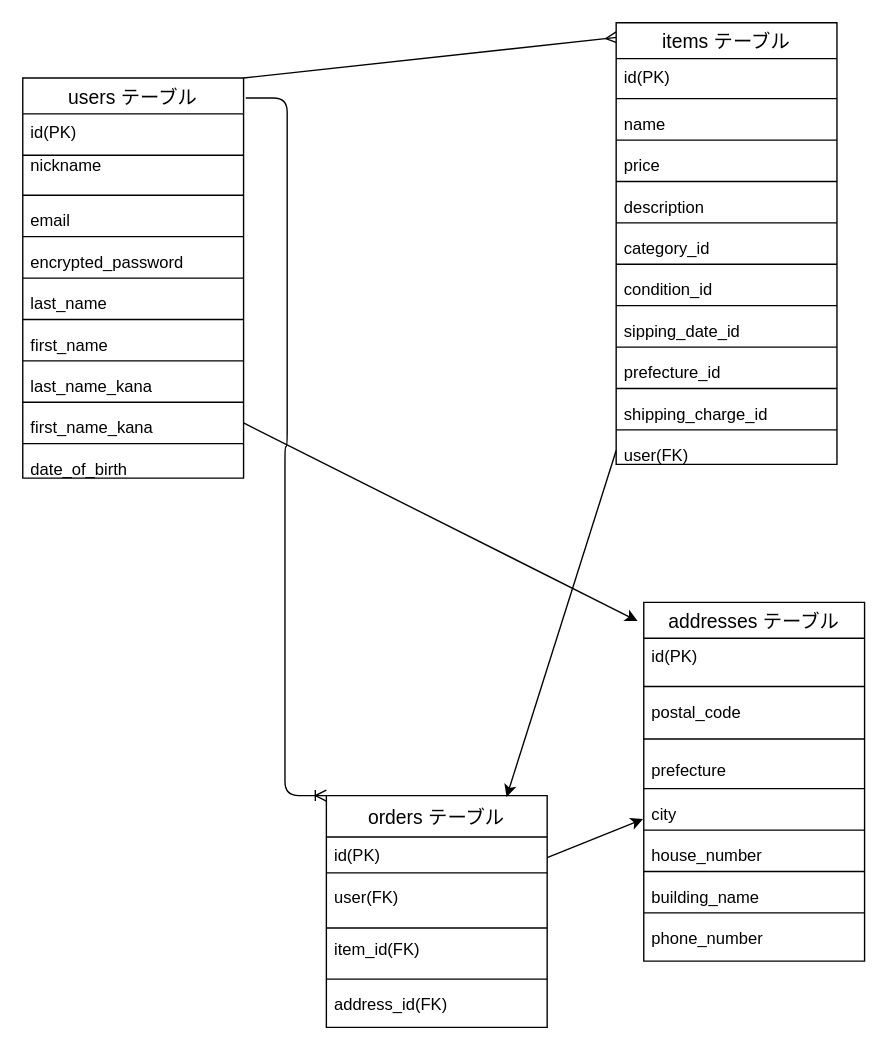
Before: .dio in gisu113/furima-39551, a draw.io diagram. Source tidied: cells renumbered, new cells numbered last; positions are measured from the earlier drawing's top-left corner, leaving out a move shared by most shapes. Both pictures are drawn from the tidied source at 138%, with x=0, y=0 at pixel (22, 22).
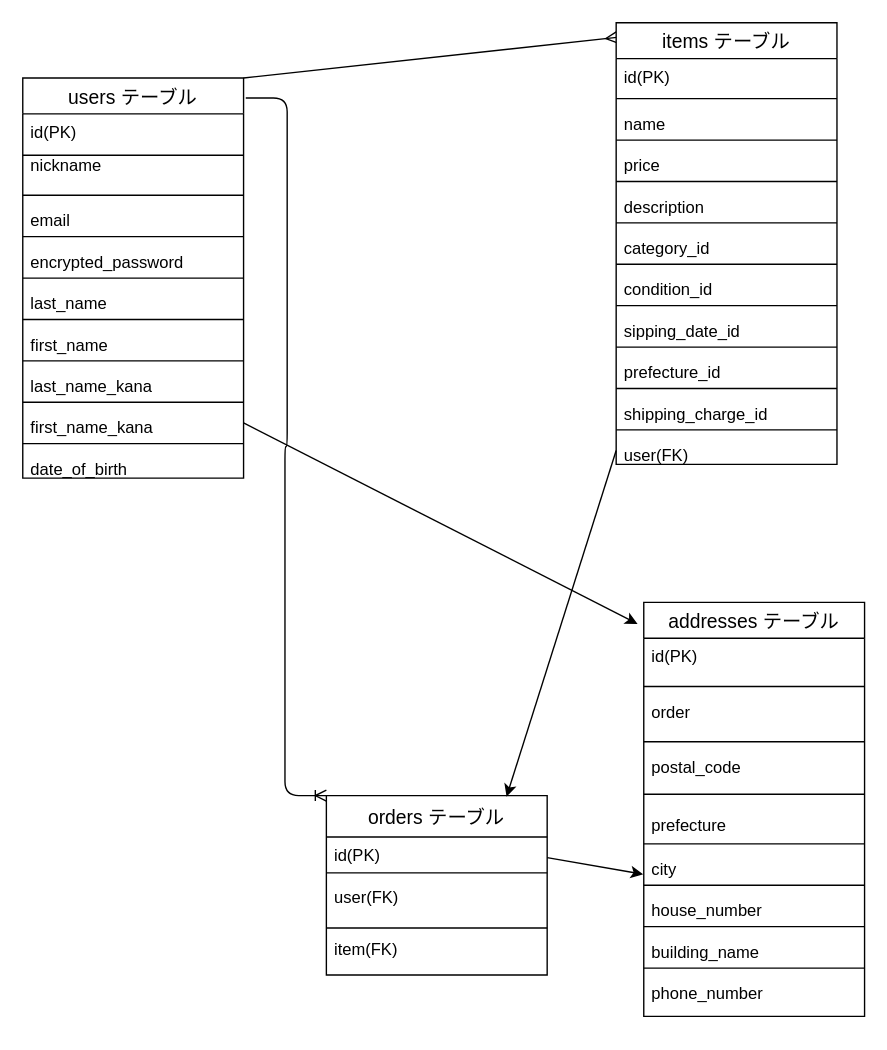
Above is the later version.

What changed in the source:
```diff
@@
     <mxCell id="41" value="orders テーブル" style="swimlane;fontStyle=0;horizontal=1;startSize=30;align=center;fontSize=14;" parent="1" vertex="1">
-      <mxGeometry x="220" y="560" width="160" height="168" as="geometry" />
+      <mxGeometry x="220" y="560" width="160" height="130" as="geometry" />
     </mxCell>
@@
-    <mxCell id="46" value="item_id(FK)" style="text;strokeColor=none;fillColor=none;spacingLeft=4;spacingRight=4;overflow=hidden;fontSize=12;" parent="41" vertex="1">
-      <mxGeometry y="98" width="160" height="30" as="geometry" />
+    <mxCell id="46" value="item(FK)" style="text;strokeColor=none;fillColor=none;spacingLeft=4;spacingRight=4;overflow=hidden;fontSize=12;" parent="41" vertex="1">
+      <mxGeometry y="98" width="160" height="32" as="geometry" />
     </mxCell>
-    <mxCell id="47" style="line;strokeWidth=1;dashed=0;labelPosition=right;align=left;verticalAlign=middle;spacingTop=0;spacingLeft=6;" parent="41" vertex="1">
-      <mxGeometry y="128" width="160" height="10" as="geometry" />
-    </mxCell>
-    <mxCell id="48" value="address_id(FK)" style="text;strokeColor=none;fillColor=none;spacingLeft=4;spacingRight=4;overflow=hidden;fontSize=12;" parent="41" vertex="1">
-      <mxGeometry y="138" width="160" height="30" as="geometry" />
-    </mxCell>
     <mxCell id="49" value="addresses テーブル" style="swimlane;fontStyle=0;horizontal=1;startSize=26;align=center;fontSize=14;" parent="1" vertex="1">
-      <mxGeometry x="450" y="420" width="160" height="260" as="geometry" />
+      <mxGeometry x="450" y="420" width="160" height="300" as="geometry" />
     </mxCell>
@@
+    <mxCell id="67" style="line;strokeWidth=1;dashed=0;labelPosition=right;align=left;verticalAlign=middle;spacingTop=0;spacingLeft=6;" parent="49" vertex="1">
+      <mxGeometry y="56" width="160" height="10" as="geometry" />
+    </mxCell>
+    <mxCell id="68" value="order" style="text;strokeColor=none;fillColor=none;spacingLeft=4;spacingRight=4;overflow=hidden;fontSize=12;" parent="49" vertex="1">
+      <mxGeometry y="66" width="160" height="30" as="geometry" />
+    </mxCell>
     <mxCell id="51" style="line;strokeWidth=1;dashed=0;labelPosition=right;align=left;verticalAlign=middle;spacingTop=0;spacingLeft=6;" parent="49" vertex="1">
-      <mxGeometry y="56" width="160" height="10" as="geometry" />
+      <mxGeometry y="96" width="160" height="10" as="geometry" />
     </mxCell>
     <mxCell id="52" value="postal_code" style="text;strokeColor=none;fillColor=none;spacingLeft=4;spacingRight=4;overflow=hidden;fontSize=12;" parent="49" vertex="1">
-      <mxGeometry y="66" width="160" height="24" as="geometry" />
+      <mxGeometry y="106" width="160" height="24" as="geometry" />
     </mxCell>
     <mxCell id="53" style="line;strokeWidth=1;dashed=0;labelPosition=right;align=left;verticalAlign=middle;spacingTop=0;spacingLeft=6;" parent="49" vertex="1">
-      <mxGeometry y="90" width="160" height="18" as="geometry" />
+      <mxGeometry y="130" width="160" height="18" as="geometry" />
     </mxCell>
     <mxCell id="54" value="prefecture" style="text;strokeColor=none;fillColor=none;spacingLeft=4;spacingRight=4;overflow=hidden;fontSize=12;" parent="49" vertex="1">
-      <mxGeometry y="108" width="160" height="22" as="geometry" />
+      <mxGeometry y="148" width="160" height="22" as="geometry" />
     </mxCell>
     <mxCell id="55" style="line;strokeWidth=1;dashed=0;labelPosition=right;align=left;verticalAlign=middle;spacingTop=0;spacingLeft=6;" parent="49" vertex="1">
-      <mxGeometry y="130" width="160" height="10" as="geometry" />
+      <mxGeometry y="170" width="160" height="10" as="geometry" />
     </mxCell>
     <mxCell id="56" value="city" style="text;strokeColor=none;fillColor=none;spacingLeft=4;spacingRight=4;overflow=hidden;points=[[0,0.5],[1,0.5]];portConstraint=eastwest;fontSize=12;" parent="49" vertex="1">
-      <mxGeometry y="140" width="160" height="20" as="geometry" />
+      <mxGeometry y="180" width="160" height="20" as="geometry" />
     </mxCell>
     <mxCell id="57" style="line;strokeWidth=1;dashed=0;labelPosition=right;align=left;verticalAlign=middle;spacingTop=0;spacingLeft=6;" parent="49" vertex="1">
-      <mxGeometry y="160" width="160" height="10" as="geometry" />
+      <mxGeometry y="200" width="160" height="10" as="geometry" />
     </mxCell>
     <mxCell id="58" value="house_number" style="text;strokeColor=none;fillColor=none;spacingLeft=4;spacingRight=4;overflow=hidden;fontSize=12;" parent="49" vertex="1">
-      <mxGeometry y="170" width="160" height="20" as="geometry" />
+      <mxGeometry y="210" width="160" height="20" as="geometry" />
     </mxCell>
     <mxCell id="59" style="line;strokeWidth=1;dashed=0;labelPosition=right;align=left;verticalAlign=middle;spacingTop=0;spacingLeft=6;" parent="49" vertex="1">
-      <mxGeometry y="190" width="160" height="10" as="geometry" />
+      <mxGeometry y="230" width="160" height="10" as="geometry" />
     </mxCell>
     <mxCell id="60" value="building_name" style="text;strokeColor=none;fillColor=none;spacingLeft=4;spacingRight=4;overflow=hidden;fontSize=12;" parent="49" vertex="1">
-      <mxGeometry y="200" width="160" height="20" as="geometry" />
+      <mxGeometry y="240" width="160" height="20" as="geometry" />
     </mxCell>
     <mxCell id="61" style="line;strokeWidth=1;dashed=0;labelPosition=right;align=left;verticalAlign=middle;spacingTop=0;spacingLeft=6;" parent="49" vertex="1">
-      <mxGeometry y="220" width="160" height="10" as="geometry" />
+      <mxGeometry y="260" width="160" height="10" as="geometry" />
     </mxCell>
     <mxCell id="62" value="phone_number" style="text;strokeColor=none;fillColor=none;spacingLeft=4;spacingRight=4;overflow=hidden;fontSize=12;" parent="49" vertex="1">
-      <mxGeometry y="230" width="160" height="30" as="geometry" />
+      <mxGeometry y="270" width="160" height="30" as="geometry" />
     </mxCell>
```
